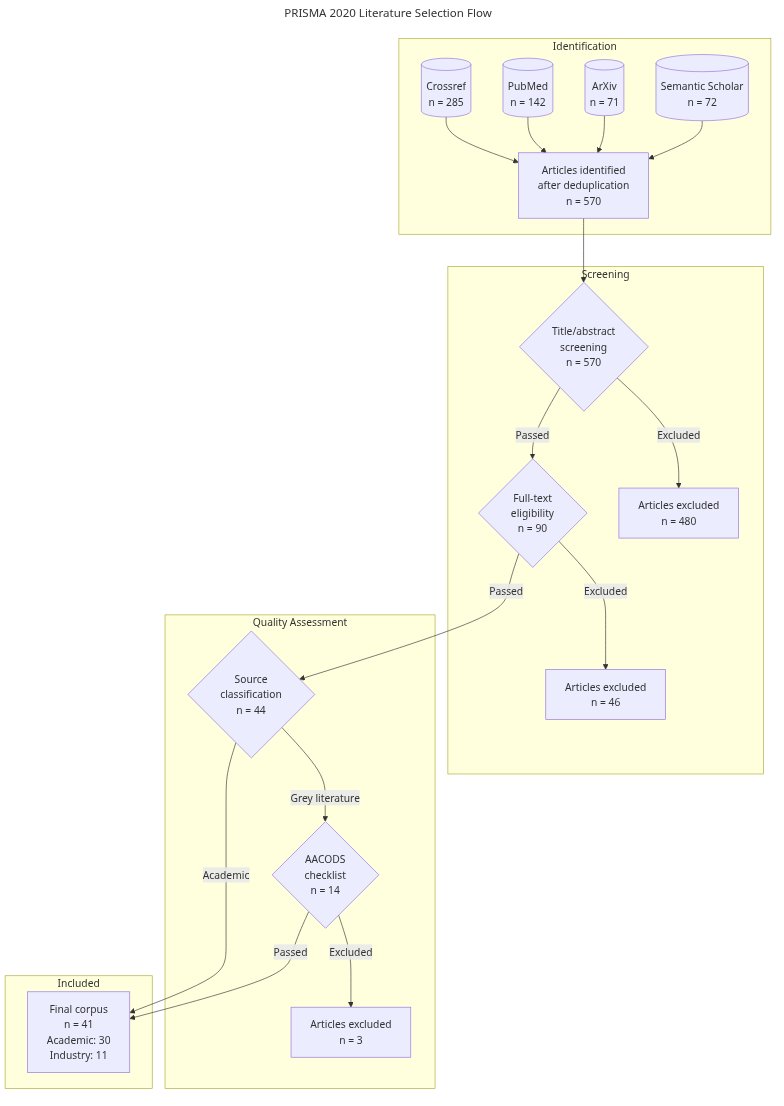
stharrold/yuimedi-paper-20250901 keeps this Mermaid diagram as figures/literature-flow.mmd.png. Above is the earlier version. Its source is kept beside it as figures/literature-flow.mmd.
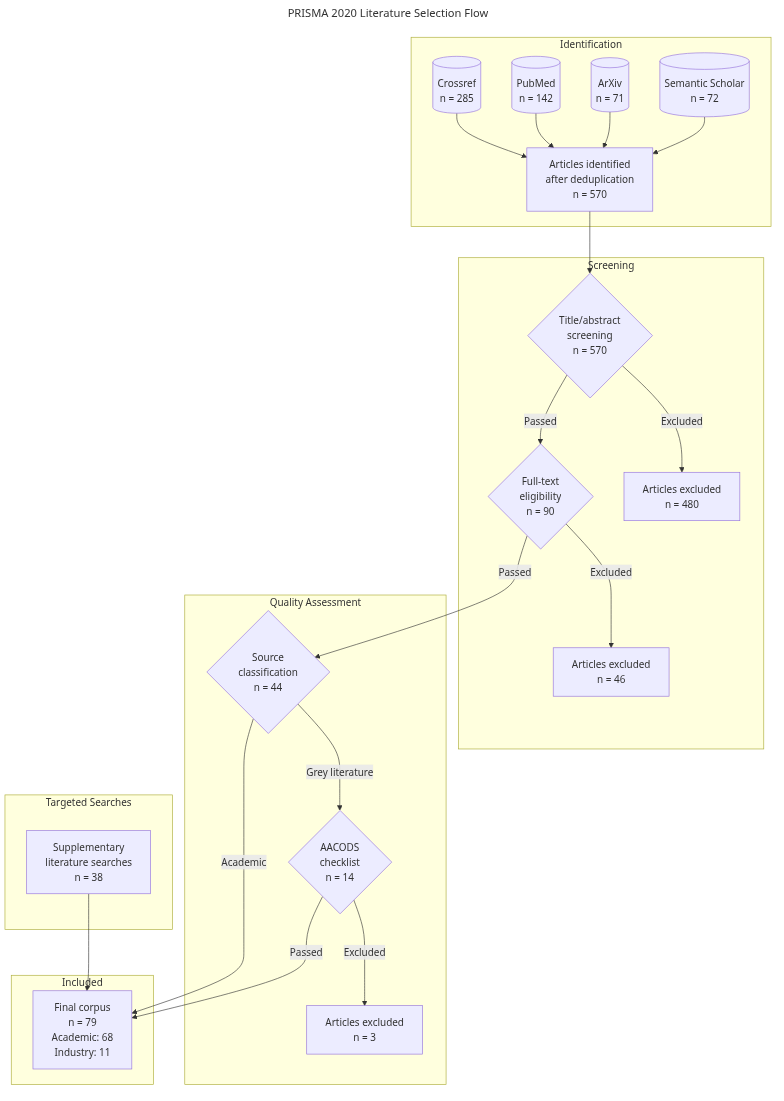
The same diagram one commit later.

Commit message:
fix(figures): update PRISMA flow with supplementary searches

- Add 'Targeted Searches' subgraph (n=38) for Research_*.md sources
- Update final corpus: 41→79 total, 30→68 academic
- Regenerate PNG/SVG outputs

🤖 Generated with [Claude Code](https://claude.com/claude-code)

The edit, as a diff of the source:
```diff
@@ -24,7 +24,12 @@
         L -->|"Excluded"| N["Articles excluded<br/>n = 3"]
     end
 
+    subgraph TS["Targeted Searches"]
+        T1["Supplementary<br/>literature searches<br/>n = 38"]
+    end
+
     subgraph IN["Included"]
-        J -->|"Academic"| O["Final corpus<br/>n = 41<br/>Academic: 30<br/>Industry: 11"]
+        J -->|"Academic"| O["Final corpus<br/>n = 79<br/>Academic: 68<br/>Industry: 11"]
         L -->|"Passed"| O
+        T1 --> O
     end
```
